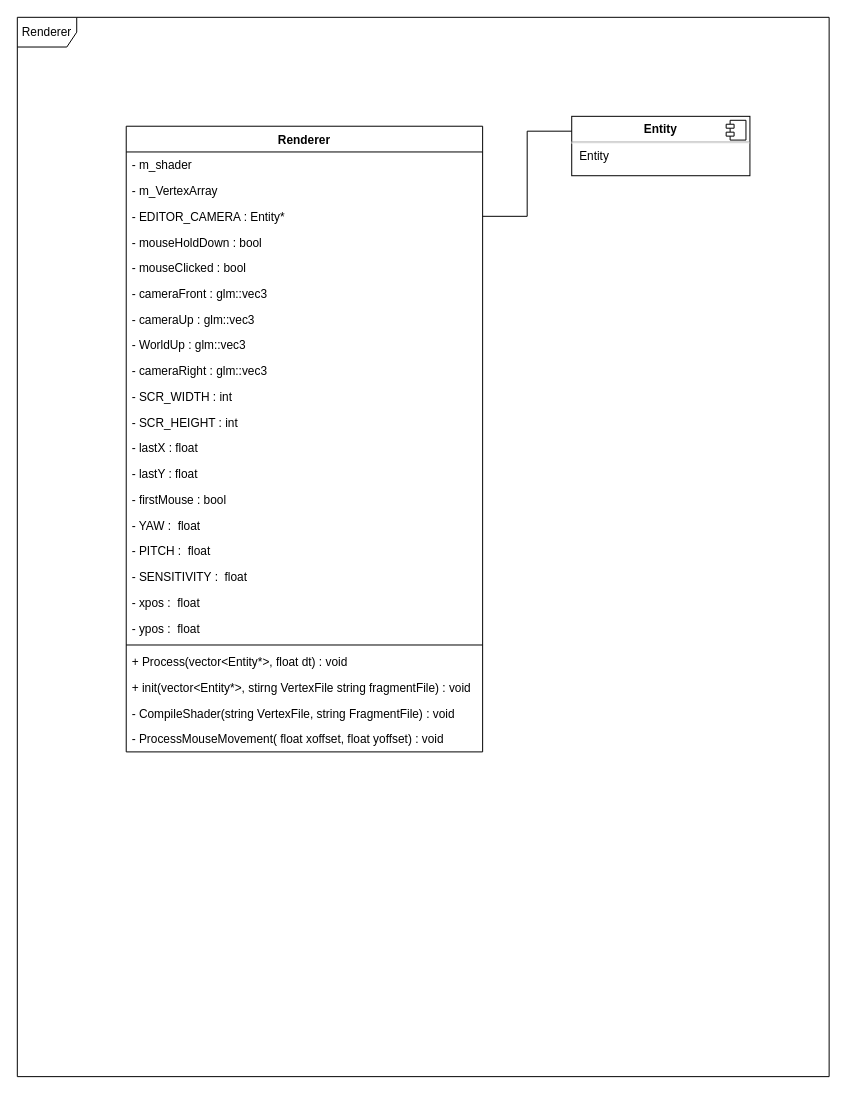
Above: page "Renderer" (6 of 8) of UMLDiagram.drawio in hazN/ECS_Engine (draw.io), before the change. Source tidied: cells renumbered, new cells numbered last; positions are measured from the earlier drawing's top-left corner, leaving out a move shared by most shapes. Both pictures are drawn from the tidied source at 99%, with x=0, y=0 at pixel (17, 17).
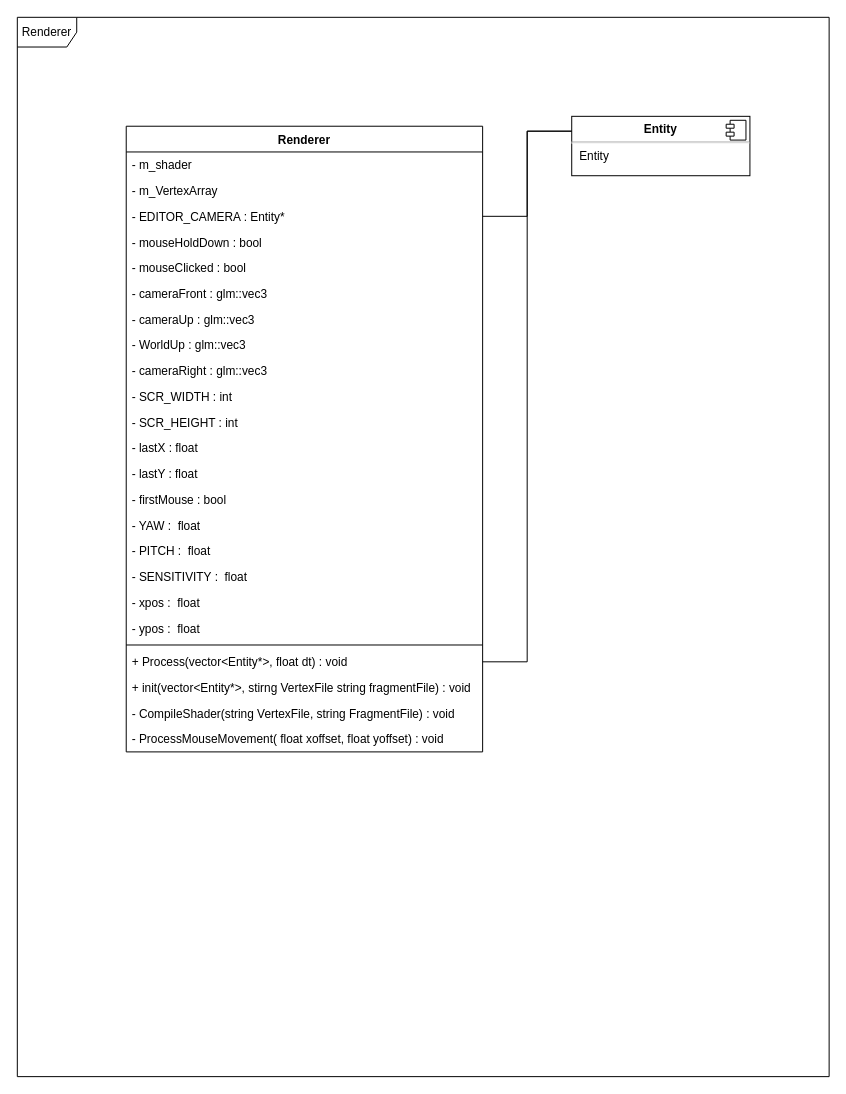
Above is the later version.

Unchanged cells that the change refers to:
```xml
<mxCell id="24" value="+ Process(vector&lt;Entity*&gt;, float dt) : void" style="text;strokeColor=none;fillColor=none;align=left;verticalAlign=top;spacingLeft=4;spacingRight=4;overflow=hidden;points=[[0,0.5],[1,0.5]];portConstraint=eastwest;" parent="3" vertex="1">
  <mxGeometry y="528" width="360" height="26" as="geometry" />
</mxCell>
<mxCell id="28" value="&lt;p style=&quot;margin:0px;margin-top:6px;text-align:center;&quot;&gt;&lt;b&gt;Entity&lt;/b&gt;&lt;/p&gt;&lt;hr&gt;&lt;p style=&quot;margin:0px;margin-left:8px;&quot;&gt;Entity&lt;/p&gt;" style="align=left;overflow=fill;html=1;" parent="1" vertex="1">
  <mxGeometry x="560" y="100" width="180" height="60" as="geometry" />
</mxCell>
```

What changed in the source:
```diff
@@
+    <mxCell id="31" style="edgeStyle=orthogonalEdgeStyle;rounded=0;jettySize=auto;html=1;exitX=1;exitY=0.5;exitDx=0;exitDy=0;entryX=0;entryY=0.25;entryDx=0;entryDy=0;endArrow=none;endFill=0;" parent="1" edge="1" source="24" target="28">
+      <mxGeometry relative="1" as="geometry" />
+    </mxCell>
```
